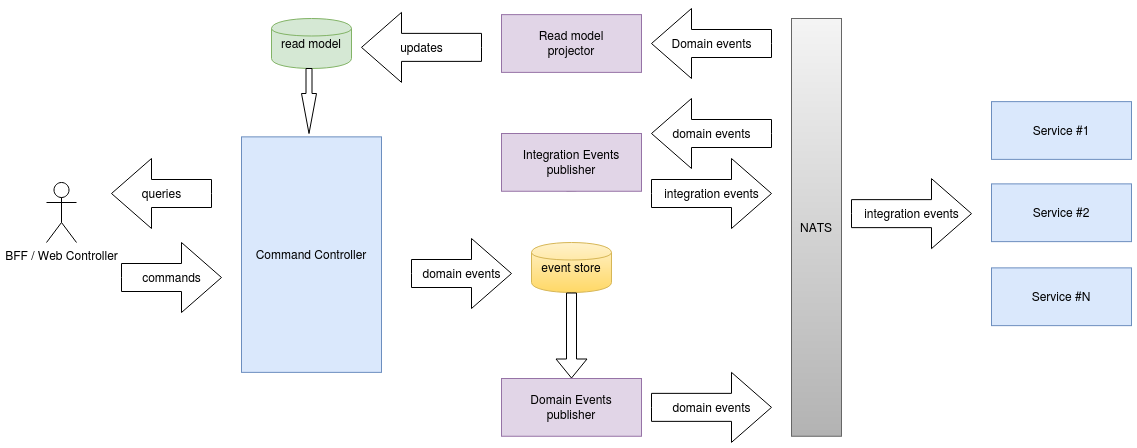
Before: cqrs-arch-outbox.png, a diagram exported from draw.io (crabzilla/example1). Source tidied: cells renumbered, new cells last; positions are measured from the earlier drawing's top-left corner, leaving out a move shared by most shapes.
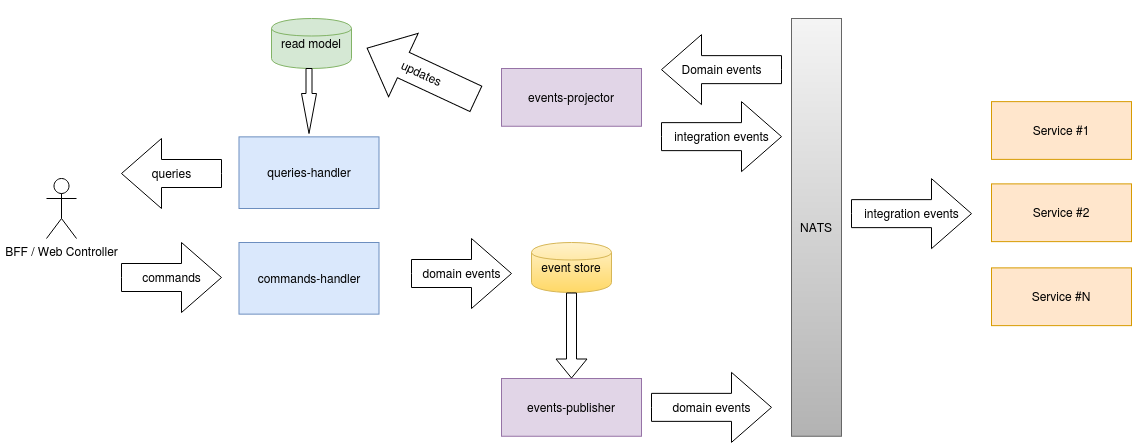
Above is the later version.

The edit, as a diff of the source:
```diff
@@ -23,8 +23,8 @@
     <mxCell id="6" value="domain events" style="html=1;shadow=0;dashed=0;align=center;verticalAlign=middle;shape=mxgraph.arrows2.arrow;dy=0.6;dx=40;notch=0;fillColor=none;gradientColor=none;" parent="1" vertex="1">
       <mxGeometry x="365" y="230" width="100" height="70" as="geometry" />
     </mxCell>
-    <mxCell id="7" value="Command Controller" style="whiteSpace=wrap;html=1;fillColor=#dae8fc;align=center;strokeColor=#6c8ebf;" parent="1" vertex="1">
-      <mxGeometry x="195" y="128.4" width="140" height="235.5" as="geometry" />
+    <mxCell id="7" value="queries-handler" style="whiteSpace=wrap;html=1;fillColor=#dae8fc;align=center;strokeColor=#6c8ebf;" parent="1" vertex="1">
+      <mxGeometry x="192.5" y="128.4" width="140" height="71.6" as="geometry" />
     </mxCell>
     <mxCell id="8" value="NATS" style="whiteSpace=wrap;html=1;fillColor=#f5f5f5;align=center;strokeColor=#666666;gradientColor=#b3b3b3;" parent="1" vertex="1">
       <mxGeometry x="745" y="10" width="50" height="417.8" as="geometry" />
@@ -33,9 +33,9 @@
       <mxGeometry x="75" y="234" width="100" height="70" as="geometry" />
     </mxCell>
     <mxCell id="10" value="queries" style="html=1;shadow=0;dashed=0;align=center;verticalAlign=middle;shape=mxgraph.arrows2.arrow;dy=0.6;dx=40;notch=0;fillColor=none;gradientColor=none;flipH=1;" parent="1" vertex="1">
-      <mxGeometry x="65" y="150" width="100" height="70" as="geometry" />
+      <mxGeometry x="75" y="130" width="100" height="70" as="geometry" />
     </mxCell>
-    <mxCell id="11" value="&lt;div&gt;Domain Events&lt;/div&gt;&lt;div&gt; publisher&lt;/div&gt;" style="whiteSpace=wrap;html=1;fillColor=#e1d5e7;align=center;strokeColor=#9673a6;" parent="1" vertex="1">
+    <mxCell id="11" value="events-publisher" style="whiteSpace=wrap;html=1;fillColor=#e1d5e7;align=center;strokeColor=#9673a6;" parent="1" vertex="1">
       <mxGeometry x="455" y="370" width="140" height="57.8" as="geometry" />
     </mxCell>
     <mxCell id="12" value="domain events" style="html=1;shadow=0;dashed=0;align=center;verticalAlign=middle;shape=mxgraph.arrows2.arrow;dy=0.6;dx=40;notch=0;fillColor=none;gradientColor=none;" parent="1" vertex="1">
@@ -44,46 +44,38 @@
     <mxCell id="13" style="shape=flexArrow;endArrow=classic;html=1;entryX=0.5;entryY=0;entryDx=0;entryDy=0;exitX=0.5;exitY=1;exitDx=0;exitDy=0;" parent="1" edge="1" source="2" target="11">
       <mxGeometry relative="1" as="geometry" />
     </mxCell>
-    <mxCell id="14" value="&lt;div&gt;Read model &lt;br&gt;&lt;/div&gt;&lt;div&gt;projector&lt;/div&gt;" style="whiteSpace=wrap;html=1;fillColor=#e1d5e7;align=center;strokeColor=#9673a6;" parent="1" vertex="1">
-      <mxGeometry x="455" y="6.1" width="140" height="57.8" as="geometry" />
+    <mxCell id="14" value="events-projector" style="whiteSpace=wrap;html=1;fillColor=#e1d5e7;align=center;strokeColor=#9673a6;" parent="1" vertex="1">
+      <mxGeometry x="455" y="60" width="140" height="57.8" as="geometry" />
     </mxCell>
     <mxCell id="15" value="Domain events" style="html=1;shadow=0;dashed=0;align=center;verticalAlign=middle;shape=mxgraph.arrows2.arrow;dy=0.6;dx=40;notch=0;fillColor=none;gradientColor=none;flipH=1;" parent="1" vertex="1">
-      <mxGeometry x="605" width="120" height="70" as="geometry" />
+      <mxGeometry x="615" y="26.1" width="120" height="70" as="geometry" />
     </mxCell>
-    <mxCell id="16" value="updates" style="html=1;shadow=0;dashed=0;align=center;verticalAlign=middle;shape=mxgraph.arrows2.arrow;dy=0.6;dx=40;notch=0;fillColor=none;gradientColor=none;flipH=1;" parent="1" vertex="1">
-      <mxGeometry x="315" y="3.9" width="120" height="70" as="geometry" />
+    <mxCell id="16" value="updates" style="html=1;shadow=0;dashed=0;align=center;verticalAlign=middle;shape=mxgraph.arrows2.arrow;dy=0.6;dx=40;notch=0;fillColor=none;gradientColor=none;flipH=1;rotation=25;" parent="1" vertex="1">
+      <mxGeometry x="315" y="30" width="120" height="70" as="geometry" />
     </mxCell>
     <mxCell id="17" style="html=1;shadow=0;dashed=0;align=center;verticalAlign=middle;shape=mxgraph.arrows2.arrow;dy=0.6;dx=40;notch=0;fillColor=none;gradientColor=none;flipH=1;direction=south;" parent="1" vertex="1">
       <mxGeometry x="255" y="60" width="15" height="65" as="geometry" />
     </mxCell>
-    <mxCell id="18" style="shape=flexArrow;endArrow=classic;html=1;entryX=0.5;entryY=0;entryDx=0;entryDy=0;exitX=0.5;exitY=1;exitDx=0;exitDy=0;" parent="1" edge="1" source="20">
-      <mxGeometry relative="1" as="geometry">
-        <mxPoint x="524.5" y="150" as="targetPoint" />
-      </mxGeometry>
-    </mxCell>
     <mxCell id="19" value="integration events" style="html=1;shadow=0;dashed=0;align=center;verticalAlign=middle;shape=mxgraph.arrows2.arrow;dy=0.6;dx=40;notch=0;fillColor=none;gradientColor=none;" parent="1" vertex="1">
-      <mxGeometry x="605" y="150" width="120" height="70" as="geometry" />
+      <mxGeometry x="615" y="93.1" width="120" height="70" as="geometry" />
     </mxCell>
-    <mxCell id="20" value="Integration Events &lt;br&gt;&lt;div&gt;publisher&lt;/div&gt;" style="whiteSpace=wrap;html=1;fillColor=#e1d5e7;align=center;strokeColor=#9673a6;" parent="1" vertex="1">
-      <mxGeometry x="455" y="125" width="140" height="57.8" as="geometry" />
-    </mxCell>
-    <mxCell id="21" value="domain events" style="html=1;shadow=0;dashed=0;align=center;verticalAlign=middle;shape=mxgraph.arrows2.arrow;dy=0.6;dx=40;notch=0;fillColor=none;gradientColor=none;flipH=1;" parent="1" vertex="1">
-      <mxGeometry x="605" y="90" width="120" height="70" as="geometry" />
-    </mxCell>
-    <mxCell id="22" value="Service #1" style="whiteSpace=wrap;html=1;fillColor=#dae8fc;align=center;strokeColor=#6c8ebf;" parent="1" vertex="1">
+    <mxCell id="22" value="Service #1" style="whiteSpace=wrap;html=1;fillColor=#ffe6cc;align=center;strokeColor=#d79b00;" parent="1" vertex="1">
       <mxGeometry x="945" y="93.1" width="140" height="57.8" as="geometry" />
     </mxCell>
     <mxCell id="23" value="integration events" style="html=1;shadow=0;dashed=0;align=center;verticalAlign=middle;shape=mxgraph.arrows2.arrow;dy=0.6;dx=40;notch=0;fillColor=none;gradientColor=none;" parent="1" vertex="1">
       <mxGeometry x="805" y="170.1" width="120" height="70" as="geometry" />
     </mxCell>
-    <mxCell id="24" value="Service #2" style="whiteSpace=wrap;html=1;fillColor=#dae8fc;align=center;strokeColor=#6c8ebf;" parent="1" vertex="1">
+    <mxCell id="24" value="Service #2" style="whiteSpace=wrap;html=1;fillColor=#ffe6cc;align=center;strokeColor=#d79b00;" parent="1" vertex="1">
       <mxGeometry x="945" y="175.4" width="140" height="57.8" as="geometry" />
     </mxCell>
-    <mxCell id="25" value="Service #N" style="whiteSpace=wrap;html=1;fillColor=#dae8fc;align=center;strokeColor=#6c8ebf;" parent="1" vertex="1">
+    <mxCell id="25" value="Service #N" style="whiteSpace=wrap;html=1;fillColor=#ffe6cc;align=center;strokeColor=#d79b00;" parent="1" vertex="1">
       <mxGeometry x="945" y="259.4" width="140" height="57.8" as="geometry" />
     </mxCell>
     <mxCell id="26" value="BFF / Web Controller" style="shape=umlActor;verticalLabelPosition=bottom;verticalAlign=top;html=1;" parent="1" vertex="1">
-      <mxGeometry y="174" width="30" height="60" as="geometry" />
+      <mxGeometry y="170" width="30" height="60" as="geometry" />
     </mxCell>
+    <mxCell id="27" value="commands-handler" style="whiteSpace=wrap;html=1;fillColor=#dae8fc;align=center;strokeColor=#6c8ebf;" parent="1" vertex="1">
+      <mxGeometry x="192.5" y="234" width="140" height="71.6" as="geometry" />
+    </mxCell>
   </root>
 </mxGraphModel>
```
